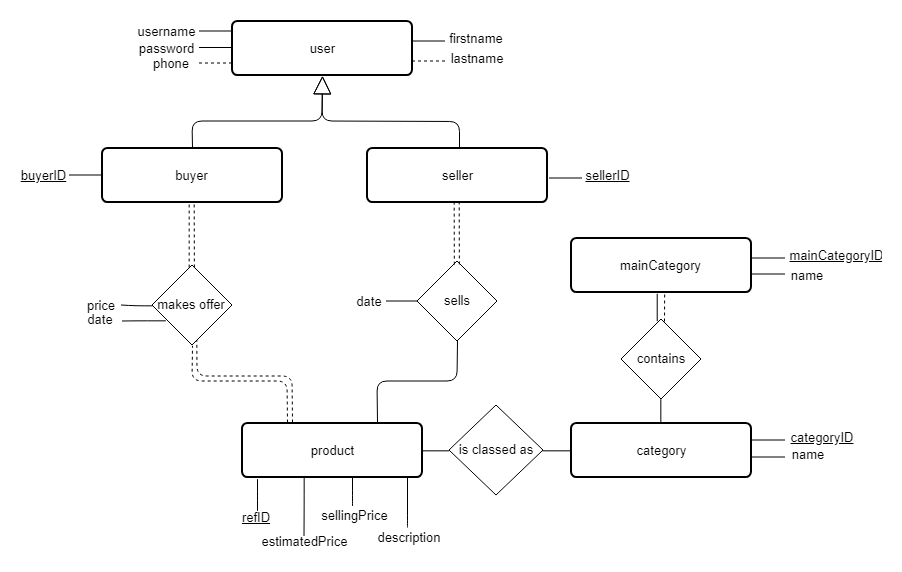
Before: modeleEA/modeleEA.png, a diagram exported from draw.io (JonathanCaspar/Database-Project). Source tidied: cells renumbered, new cells last; positions are measured from the earlier drawing's top-left corner, leaving out a move shared by most shapes.
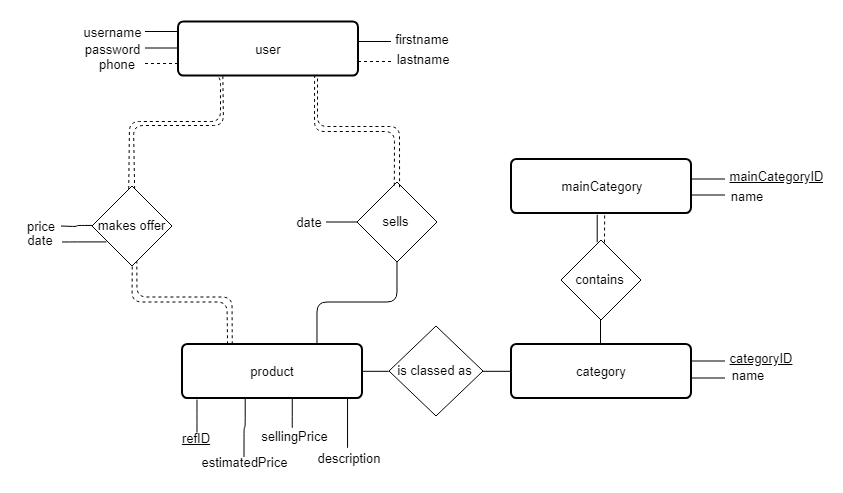
Later version of the same file.

Diff of the diagram source:
```diff
@@ -2,12 +2,6 @@
   <root>
     <mxCell id="0" />
     <mxCell id="1" parent="0" />
-    <mxCell id="2" value="buyer" style="strokeWidth=2;rounded=1;arcSize=10;whiteSpace=wrap;html=1;align=center;fontSize=13;" parent="1" vertex="1">
-      <mxGeometry x="79.5" y="127.5" width="180" height="54" as="geometry" />
-    </mxCell>
-    <mxCell id="3" value="seller" style="strokeWidth=2;rounded=1;arcSize=10;whiteSpace=wrap;html=1;align=center;fontSize=13;" parent="1" vertex="1">
-      <mxGeometry x="344.5" y="127.5" width="180" height="54" as="geometry" />
-    </mxCell>
     <mxCell id="4" value="product&lt;br style=&quot;font-size: 13px;&quot;&gt;" style="strokeWidth=2;rounded=1;arcSize=10;whiteSpace=wrap;html=1;align=center;fontSize=13;" parent="1" vertex="1">
       <mxGeometry x="219.5" y="402.5" width="180" height="54" as="geometry" />
     </mxCell>
@@ -18,88 +12,53 @@
       <mxGeometry x="548.5" y="217.5" width="180" height="54" as="geometry" />
     </mxCell>
     <mxCell id="7" value="user" style="strokeWidth=2;rounded=1;arcSize=10;whiteSpace=wrap;html=1;align=center;fontSize=13;" parent="1" vertex="1">
-      <mxGeometry x="209.5" y="0.5" width="180" height="54" as="geometry" />
+      <mxGeometry x="215.5" y="80" width="180" height="54" as="geometry" />
     </mxCell>
-    <mxCell id="8" value="Extends" style="endArrow=block;endSize=16;endFill=0;fontSize=13;fontColor=none;noLabel=1;entryX=0.5;entryY=1;entryDx=0;entryDy=0;exitX=0.5;exitY=0;exitDx=0;exitDy=0;" parent="1" edge="1" source="2" target="7">
-      <mxGeometry relative="1" as="geometry">
-        <Array as="points">
-          <mxPoint x="169.5" y="100.5" />
-          <mxPoint x="299.5" y="100.5" />
-        </Array>
-      </mxGeometry>
-    </mxCell>
-    <mxCell id="9" value="Extends" style="endArrow=block;endSize=16;endFill=0;fontSize=13;fontColor=none;noLabel=1;entryX=0.5;entryY=1;entryDx=0;entryDy=0;" parent="1" edge="1" target="7">
-      <mxGeometry relative="1" as="geometry">
-        <mxPoint x="437" y="128" as="sourcePoint" />
-        <Array as="points">
-          <mxPoint x="437" y="101" />
-          <mxPoint x="299.5" y="100.5" />
-        </Array>
-      </mxGeometry>
-    </mxCell>
     <mxCell id="10" style="endArrow=none;html=1;edgeStyle=orthogonalEdgeStyle;fontSize=13;fontColor=none;" parent="1" edge="1">
       <mxGeometry relative="1" as="geometry">
-        <mxPoint x="176.5" y="10.5" as="sourcePoint" />
-        <mxPoint x="209.5" y="10.5" as="targetPoint" />
+        <mxPoint x="182.5" y="90" as="sourcePoint" />
+        <mxPoint x="215.5" y="90" as="targetPoint" />
       </mxGeometry>
     </mxCell>
     <mxCell id="11" style="endArrow=none;html=1;edgeStyle=orthogonalEdgeStyle;fontSize=13;fontColor=none;" parent="1" edge="1">
       <mxGeometry relative="1" as="geometry">
-        <mxPoint x="176.5" y="27" as="sourcePoint" />
-        <mxPoint x="209.5" y="27" as="targetPoint" />
+        <mxPoint x="182.5" y="106.5" as="sourcePoint" />
+        <mxPoint x="215.5" y="106.5" as="targetPoint" />
       </mxGeometry>
     </mxCell>
     <mxCell id="12" style="endArrow=none;html=1;edgeStyle=orthogonalEdgeStyle;fontSize=13;fontColor=none;dashed=1;" parent="1" edge="1">
       <mxGeometry relative="1" as="geometry">
-        <mxPoint x="176.5" y="42.5" as="sourcePoint" />
-        <mxPoint x="209.5" y="42.5" as="targetPoint" />
+        <mxPoint x="182.5" y="122" as="sourcePoint" />
+        <mxPoint x="215.5" y="122" as="targetPoint" />
       </mxGeometry>
     </mxCell>
     <mxCell id="13" style="endArrow=none;html=1;edgeStyle=orthogonalEdgeStyle;fontSize=13;fontColor=none;" parent="1" edge="1">
       <mxGeometry relative="1" as="geometry">
-        <mxPoint x="389.5" y="20.5" as="sourcePoint" />
-        <mxPoint x="422.5" y="20.5" as="targetPoint" />
+        <mxPoint x="395.5" y="100" as="sourcePoint" />
+        <mxPoint x="428.5" y="100" as="targetPoint" />
       </mxGeometry>
     </mxCell>
     <mxCell id="14" style="endArrow=none;html=1;edgeStyle=orthogonalEdgeStyle;fontSize=13;fontColor=none;dashed=1;" parent="1" edge="1">
       <mxGeometry relative="1" as="geometry">
-        <mxPoint x="389.5" y="40.5" as="sourcePoint" />
-        <mxPoint x="422.5" y="40.5" as="targetPoint" />
+        <mxPoint x="395.5" y="120" as="sourcePoint" />
+        <mxPoint x="428.5" y="120" as="targetPoint" />
       </mxGeometry>
     </mxCell>
     <mxCell id="15" value="username" style="text;html=1;strokeColor=none;fillColor=none;align=center;verticalAlign=middle;whiteSpace=wrap;rounded=0;fontSize=13;fontColor=none;" parent="1" vertex="1">
-      <mxGeometry x="123.5" y="0.7" width="40" height="20" as="geometry" />
+      <mxGeometry x="129.5" y="80.2" width="40" height="20" as="geometry" />
     </mxCell>
     <mxCell id="16" value="password" style="text;html=1;strokeColor=none;fillColor=none;align=center;verticalAlign=middle;whiteSpace=wrap;rounded=0;fontSize=13;fontColor=none;" parent="1" vertex="1">
-      <mxGeometry x="123.5" y="17.7" width="40" height="20" as="geometry" />
+      <mxGeometry x="129.5" y="97.2" width="40" height="20" as="geometry" />
     </mxCell>
     <mxCell id="17" value="phone" style="text;html=1;strokeColor=none;fillColor=none;align=center;verticalAlign=middle;whiteSpace=wrap;rounded=0;fontSize=13;fontColor=none;" parent="1" vertex="1">
-      <mxGeometry x="127.5" y="32.7" width="40" height="20" as="geometry" />
+      <mxGeometry x="133.5" y="112.2" width="40" height="20" as="geometry" />
     </mxCell>
     <mxCell id="18" value="firstname" style="text;html=1;strokeColor=none;fillColor=none;align=center;verticalAlign=middle;whiteSpace=wrap;rounded=0;fontSize=13;fontColor=none;" parent="1" vertex="1">
-      <mxGeometry x="433.5" y="7.7" width="40" height="20" as="geometry" />
+      <mxGeometry x="439.5" y="87.2" width="40" height="20" as="geometry" />
     </mxCell>
     <mxCell id="19" value="lastname" style="text;html=1;strokeColor=none;fillColor=none;align=center;verticalAlign=middle;whiteSpace=wrap;rounded=0;fontSize=13;fontColor=none;" parent="1" vertex="1">
-      <mxGeometry x="433.5" y="27.7" width="40" height="20" as="geometry" />
+      <mxGeometry x="439.5" y="107.2" width="40" height="20" as="geometry" />
     </mxCell>
-    <mxCell id="20" style="endArrow=none;html=1;edgeStyle=orthogonalEdgeStyle;fontSize=13;fontColor=none;" parent="1" edge="1">
-      <mxGeometry relative="1" as="geometry">
-        <mxPoint x="46.5" y="154.5" as="sourcePoint" />
-        <mxPoint x="79.5" y="154.5" as="targetPoint" />
-      </mxGeometry>
-    </mxCell>
-    <mxCell id="21" value="&lt;u style=&quot;font-size: 13px;&quot;&gt;buyerID&lt;/u&gt;" style="text;html=1;strokeColor=none;fillColor=none;align=center;verticalAlign=middle;whiteSpace=wrap;rounded=0;fontSize=13;fontColor=none;" parent="1" vertex="1">
-      <mxGeometry x="0.5" y="144.7" width="40" height="20" as="geometry" />
-    </mxCell>
-    <mxCell id="22" style="endArrow=none;html=1;edgeStyle=orthogonalEdgeStyle;fontSize=13;fontColor=none;" parent="1" edge="1">
-      <mxGeometry relative="1" as="geometry">
-        <mxPoint x="526.5" y="157.5" as="sourcePoint" />
-        <mxPoint x="559.5" y="157.5" as="targetPoint" />
-      </mxGeometry>
-    </mxCell>
-    <mxCell id="23" value="sellerID" style="text;html=1;strokeColor=none;fillColor=none;align=center;verticalAlign=middle;whiteSpace=wrap;rounded=0;fontSize=13;fontColor=none;fontStyle=4;" parent="1" vertex="1">
-      <mxGeometry x="565.5" y="144.7" width="40" height="20" as="geometry" />
-    </mxCell>
     <mxCell id="24" value="makes offer" style="rhombus;whiteSpace=wrap;html=1;fontSize=13;fontColor=none;" parent="1" vertex="1">
       <mxGeometry x="129.5" y="244.5" width="80" height="80" as="geometry" />
     </mxCell>
@@ -112,9 +71,14 @@
     <mxCell id="27" value="contains" style="rhombus;whiteSpace=wrap;html=1;fontSize=13;fontColor=none;" parent="1" vertex="1">
       <mxGeometry x="598.5" y="298.5" width="80" height="80" as="geometry" />
     </mxCell>
-    <mxCell id="28" style="endArrow=none;html=1;fontSize=13;fontColor=none;exitX=0.465;exitY=0.033;exitDx=0;exitDy=0;exitPerimeter=0;dashed=1;" parent="1" edge="1" source="24">
+    <mxCell id="28" style="endArrow=none;html=1;fontSize=13;fontColor=none;exitX=0.465;exitY=0.033;exitDx=0;exitDy=0;exitPerimeter=0;dashed=1;" parent="1" edge="1" source="24" target="7">
       <mxGeometry relative="1" as="geometry">
-        <mxPoint x="166.7" y="181.5" as="targetPoint" />
+        <Array as="points">
+          <mxPoint x="167" y="180" />
+          <mxPoint x="258" y="180" />
+          <mxPoint x="258" y="134" />
+          <mxPoint x="248" y="134" />
+        </Array>
       </mxGeometry>
     </mxCell>
     <mxCell id="29" style="endArrow=none;html=1;fontSize=13;fontColor=none;exitX=0.25;exitY=0;exitDx=0;exitDy=0;entryX=0.5;entryY=1;entryDx=0;entryDy=0;dashed=1;" parent="1" edge="1" source="4" target="24">
@@ -243,22 +207,31 @@
     <mxCell id="54" value="&lt;span style=&quot;font-size: 13px;&quot;&gt;date&lt;/span&gt;" style="text;html=1;strokeColor=none;fillColor=none;align=center;verticalAlign=middle;whiteSpace=wrap;rounded=0;fontSize=13;fontColor=none;fontStyle=0;" parent="1" vertex="1">
       <mxGeometry x="57.5" y="288.7" width="40" height="20" as="geometry" />
     </mxCell>
-    <mxCell id="55" style="endArrow=none;html=1;fontSize=13;fontColor=none;exitX=0.465;exitY=0.033;exitDx=0;exitDy=0;exitPerimeter=0;dashed=1;" parent="1" edge="1">
+    <mxCell id="55" style="endArrow=none;html=1;fontSize=13;fontColor=none;exitX=0.526;exitY=0.037;exitDx=0;exitDy=0;exitPerimeter=0;dashed=1;entryX=0.25;entryY=1;entryDx=0;entryDy=0;" parent="1" edge="1" source="24" target="7">
       <mxGeometry relative="1" as="geometry">
-        <mxPoint x="171.9" y="247" as="sourcePoint" />
-        <mxPoint x="171.7" y="181.5" as="targetPoint" />
+        <Array as="points">
+          <mxPoint x="171" y="184" />
+          <mxPoint x="261" y="184" />
+        </Array>
       </mxGeometry>
     </mxCell>
-    <mxCell id="56" style="endArrow=none;html=1;fontSize=13;fontColor=none;exitX=0.465;exitY=0.033;exitDx=0;exitDy=0;exitPerimeter=0;dashed=1;" parent="1" edge="1">
+    <mxCell id="56" style="endArrow=none;html=1;fontSize=13;fontColor=none;exitX=0.465;exitY=0.033;exitDx=0;exitDy=0;exitPerimeter=0;dashed=1;entryX=0.76;entryY=0.976;entryDx=0;entryDy=0;entryPerimeter=0;" parent="1" edge="1" target="7">
       <mxGeometry relative="1" as="geometry">
         <mxPoint x="431.8" y="244.2" as="sourcePoint" />
-        <mxPoint x="431.7" y="178.5" as="targetPoint" />
+        <Array as="points">
+          <mxPoint x="432" y="190" />
+          <mxPoint x="352" y="190" />
+        </Array>
       </mxGeometry>
     </mxCell>
-    <mxCell id="57" style="endArrow=none;html=1;fontSize=13;fontColor=none;exitX=0.465;exitY=0.033;exitDx=0;exitDy=0;exitPerimeter=0;dashed=1;" parent="1" edge="1">
+    <mxCell id="57" style="endArrow=none;html=1;fontSize=13;fontColor=none;dashed=1;entryX=0.787;entryY=0.984;entryDx=0;entryDy=0;entryPerimeter=0;exitX=0.556;exitY=0.065;exitDx=0;exitDy=0;exitPerimeter=0;" parent="1" edge="1">
       <mxGeometry relative="1" as="geometry">
-        <mxPoint x="436.9" y="244" as="sourcePoint" />
-        <mxPoint x="436.7" y="178.5" as="targetPoint" />
+        <mxPoint x="437.1" y="245.8" as="sourcePoint" />
+        <mxPoint x="355" y="133.3" as="targetPoint" />
+        <Array as="points">
+          <mxPoint x="437" y="185" />
+          <mxPoint x="355" y="185" />
+        </Array>
       </mxGeometry>
     </mxCell>
     <mxCell id="58" style="endArrow=none;html=1;fontSize=13;fontColor=none;entryX=0.5;entryY=1;entryDx=0;entryDy=0;dashed=1;exitX=0.278;exitY=0.003;exitDx=0;exitDy=0;exitPerimeter=0;" parent="1" edge="1" source="4">
```
